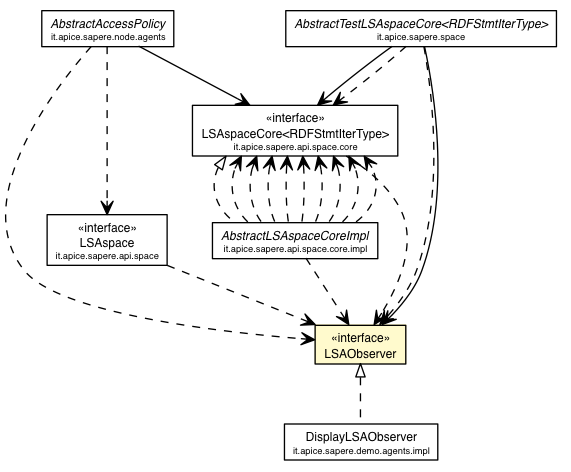
Earlier version of the Graphviz export deployed-site/apidocs/it/apice/sapere/api/space/observation/LSAObserver.png (DanySK/Legacy-Contessi-Thesis-Semantic-Web-SAPERE). Its source is kept beside it as deployed-site/apidocs/it/apice/sapere/api/space/observation/LSAObserver.dot. The source it was exported from:
```dot

digraph G {
	edge [fontname="Helvetica",fontsize=10,labelfontname="Helvetica",labelfontsize=10];
	node [fontname="Helvetica",fontsize=10,shape=plaintext];
	c42891 [label=<<table border="0" cellborder="1" cellspacing="0" cellpadding="2" port="p" href="../core/LSAspaceCore.html">
		<tr><td><table border="0" cellspacing="0" cellpadding="1">
			<tr><td> &laquo;interface&raquo; </td></tr>
			<tr><td> LSAspaceCore&lt;RDFStmtIterType&gt; </td></tr>
			<tr><td><font point-size="7.0"> it.apice.sapere.api.space.core </font></td></tr>
		</table></td></tr>
		</table>>, fontname="Helvetica", fontcolor="black", fontsize=9.0];
	c42899 [label=<<table border="0" cellborder="1" cellspacing="0" cellpadding="2" port="p" href="../LSAspace.html">
		<tr><td><table border="0" cellspacing="0" cellpadding="1">
			<tr><td> &laquo;interface&raquo; </td></tr>
			<tr><td> LSAspace </td></tr>
			<tr><td><font point-size="7.0"> it.apice.sapere.api.space </font></td></tr>
		</table></td></tr>
		</table>>, fontname="Helvetica", fontcolor="black", fontsize=9.0];
	c42909 [label=<<table border="0" cellborder="1" cellspacing="0" cellpadding="2" port="p" bgcolor="lemonChiffon" href="./LSAObserver.html">
		<tr><td><table border="0" cellspacing="0" cellpadding="1">
			<tr><td> &laquo;interface&raquo; </td></tr>
			<tr><td> LSAObserver </td></tr>
		</table></td></tr>
		</table>>, fontname="Helvetica", fontcolor="black", fontsize=9.0];
	c42911 [label=<<table border="0" cellborder="1" cellspacing="0" cellpadding="2" port="p" href="../../../space/AbstractTestLSAspaceCore.html">
		<tr><td><table border="0" cellspacing="0" cellpadding="1">
			<tr><td><font face="Helvetica-Oblique"> AbstractTestLSAspaceCore&lt;RDFStmtIterType&gt; </font></td></tr>
			<tr><td><font point-size="7.0"> it.apice.sapere.space </font></td></tr>
		</table></td></tr>
		</table>>, fontname="Helvetica", fontcolor="black", fontsize=9.0];
	c42975 [label=<<table border="0" cellborder="1" cellspacing="0" cellpadding="2" port="p" href="../core/impl/AbstractLSAspaceCoreImpl.html">
		<tr><td><table border="0" cellspacing="0" cellpadding="1">
			<tr><td><font face="Helvetica-Oblique"> AbstractLSAspaceCoreImpl </font></td></tr>
			<tr><td><font point-size="7.0"> it.apice.sapere.api.space.core.impl </font></td></tr>
		</table></td></tr>
		</table>>, fontname="Helvetica", fontcolor="black", fontsize=9.0];
	c42997 [label=<<table border="0" cellborder="1" cellspacing="0" cellpadding="2" port="p" href="../../../node/agents/AbstractAccessPolicy.html">
		<tr><td><table border="0" cellspacing="0" cellpadding="1">
			<tr><td><font face="Helvetica-Oblique"> AbstractAccessPolicy </font></td></tr>
			<tr><td><font point-size="7.0"> it.apice.sapere.node.agents </font></td></tr>
		</table></td></tr>
		</table>>, fontname="Helvetica", fontcolor="black", fontsize=9.0];
	c43025 [label=<<table border="0" cellborder="1" cellspacing="0" cellpadding="2" port="p" href="../../../demo/agents/impl/DisplayLSAObserver.html">
		<tr><td><table border="0" cellspacing="0" cellpadding="1">
			<tr><td> DisplayLSAObserver </td></tr>
			<tr><td><font point-size="7.0"> it.apice.sapere.demo.agents.impl </font></td></tr>
		</table></td></tr>
		</table>>, fontname="Helvetica", fontcolor="black", fontsize=9.0];
	c42891:p -> c42975:p [dir=back,arrowtail=empty,style=dashed];
	c42909:p -> c43025:p [dir=back,arrowtail=empty,style=dashed];
	c42911:p -> c42891:p [taillabel="", label="", headlabel="", fontname="Helvetica", fontcolor="black", fontsize=10.0, color="black", arrowhead=open];
	c42911:p -> c42909:p [taillabel="", label="", headlabel="", fontname="Helvetica", fontcolor="black", fontsize=10.0, color="black", arrowhead=open];
	c42997:p -> c42891:p [taillabel="", label="", headlabel="", fontname="Helvetica", fontcolor="black", fontsize=10.0, color="black", arrowhead=open];
	c42891:p -> c42909:p [taillabel="", label="", headlabel="", fontname="Helvetica", fontcolor="black", fontsize=10.0, color="black", arrowhead=open, style=dashed];
	c42899:p -> c42909:p [taillabel="", label="", headlabel="", fontname="Helvetica", fontcolor="black", fontsize=10.0, color="black", arrowhead=open, style=dashed];
	c42911:p -> c42909:p [taillabel="", label="", headlabel="", fontname="Helvetica", fontcolor="black", fontsize=10.0, color="black", arrowhead=open, style=dashed];
	c42911:p -> c42891:p [taillabel="", label="", headlabel="", fontname="Helvetica", fontcolor="black", fontsize=10.0, color="black", arrowhead=open, style=dashed];
	c42975:p -> c42891:p [taillabel="", label="", headlabel="", fontname="Helvetica", fontcolor="black", fontsize=10.0, color="black", arrowhead=open, style=dashed];
	c42975:p -> c42891:p [taillabel="", label="", headlabel="", fontname="Helvetica", fontcolor="black", fontsize=10.0, color="black", arrowhead=open, style=dashed];
	c42975:p -> c42891:p [taillabel="", label="", headlabel="", fontname="Helvetica", fontcolor="black", fontsize=10.0, color="black", arrowhead=open, style=dashed];
	c42975:p -> c42891:p [taillabel="", label="", headlabel="", fontname="Helvetica", fontcolor="black", fontsize=10.0, color="black", arrowhead=open, style=dashed];
	c42975:p -> c42891:p [taillabel="", label="", headlabel="", fontname="Helvetica", fontcolor="black", fontsize=10.0, color="black", arrowhead=open, style=dashed];
	c42975:p -> c42891:p [taillabel="", label="", headlabel="", fontname="Helvetica", fontcolor="black", fontsize=10.0, color="black", arrowhead=open, style=dashed];
	c42975:p -> c42909:p [taillabel="", label="", headlabel="", fontname="Helvetica", fontcolor="black", fontsize=10.0, color="black", arrowhead=open, style=dashed];
	c42975:p -> c42891:p [taillabel="", label="", headlabel="", fontname="Helvetica", fontcolor="black", fontsize=10.0, color="black", arrowhead=open, style=dashed];
	c42975:p -> c42891:p [taillabel="", label="", headlabel="", fontname="Helvetica", fontcolor="black", fontsize=10.0, color="black", arrowhead=open, style=dashed];
	c42975:p -> c42891:p [taillabel="", label="", headlabel="", fontname="Helvetica", fontcolor="black", fontsize=10.0, color="black", arrowhead=open, style=dashed];
	c42997:p -> c42899:p [taillabel="", label="", headlabel="", fontname="Helvetica", fontcolor="black", fontsize=10.0, color="black", arrowhead=open, style=dashed];
	c42997:p -> c42909:p [taillabel="", label="", headlabel="", fontname="Helvetica", fontcolor="black", fontsize=10.0, color="black", arrowhead=open, style=dashed];
}
```
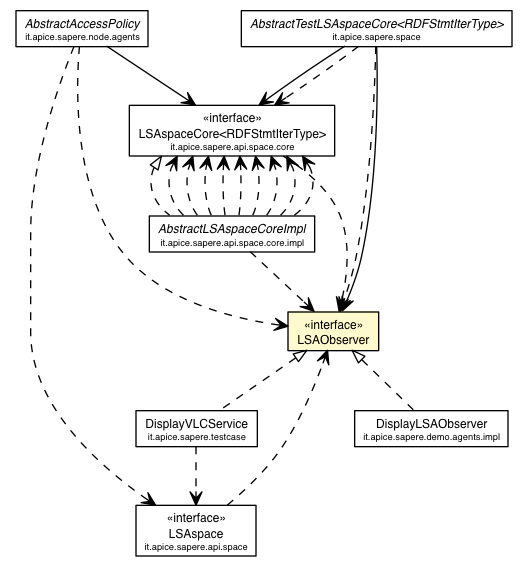
Above is the later version.

Diff of the diagram source:
```diff
@@ -2,69 +2,77 @@
 digraph G {
 	edge [fontname="Helvetica",fontsize=10,labelfontname="Helvetica",labelfontsize=10];
 	node [fontname="Helvetica",fontsize=10,shape=plaintext];
-	c42891 [label=<<table border="0" cellborder="1" cellspacing="0" cellpadding="2" port="p" href="../core/LSAspaceCore.html">
+	c48825 [label=<<table border="0" cellborder="1" cellspacing="0" cellpadding="2" port="p" href="../core/LSAspaceCore.html">
 		<tr><td><table border="0" cellspacing="0" cellpadding="1">
 			<tr><td> &laquo;interface&raquo; </td></tr>
 			<tr><td> LSAspaceCore&lt;RDFStmtIterType&gt; </td></tr>
 			<tr><td><font point-size="7.0"> it.apice.sapere.api.space.core </font></td></tr>
 		</table></td></tr>
 		</table>>, fontname="Helvetica", fontcolor="black", fontsize=9.0];
-	c42899 [label=<<table border="0" cellborder="1" cellspacing="0" cellpadding="2" port="p" href="../LSAspace.html">
+	c48833 [label=<<table border="0" cellborder="1" cellspacing="0" cellpadding="2" port="p" href="../LSAspace.html">
 		<tr><td><table border="0" cellspacing="0" cellpadding="1">
 			<tr><td> &laquo;interface&raquo; </td></tr>
 			<tr><td> LSAspace </td></tr>
 			<tr><td><font point-size="7.0"> it.apice.sapere.api.space </font></td></tr>
 		</table></td></tr>
 		</table>>, fontname="Helvetica", fontcolor="black", fontsize=9.0];
-	c42909 [label=<<table border="0" cellborder="1" cellspacing="0" cellpadding="2" port="p" bgcolor="lemonChiffon" href="./LSAObserver.html">
+	c48843 [label=<<table border="0" cellborder="1" cellspacing="0" cellpadding="2" port="p" bgcolor="lemonChiffon" href="./LSAObserver.html">
 		<tr><td><table border="0" cellspacing="0" cellpadding="1">
 			<tr><td> &laquo;interface&raquo; </td></tr>
 			<tr><td> LSAObserver </td></tr>
 		</table></td></tr>
 		</table>>, fontname="Helvetica", fontcolor="black", fontsize=9.0];
-	c42911 [label=<<table border="0" cellborder="1" cellspacing="0" cellpadding="2" port="p" href="../../../space/AbstractTestLSAspaceCore.html">
+	c48845 [label=<<table border="0" cellborder="1" cellspacing="0" cellpadding="2" port="p" href="../../../space/AbstractTestLSAspaceCore.html">
 		<tr><td><table border="0" cellspacing="0" cellpadding="1">
 			<tr><td><font face="Helvetica-Oblique"> AbstractTestLSAspaceCore&lt;RDFStmtIterType&gt; </font></td></tr>
 			<tr><td><font point-size="7.0"> it.apice.sapere.space </font></td></tr>
 		</table></td></tr>
 		</table>>, fontname="Helvetica", fontcolor="black", fontsize=9.0];
-	c42975 [label=<<table border="0" cellborder="1" cellspacing="0" cellpadding="2" port="p" href="../core/impl/AbstractLSAspaceCoreImpl.html">
+	c48909 [label=<<table border="0" cellborder="1" cellspacing="0" cellpadding="2" port="p" href="../core/impl/AbstractLSAspaceCoreImpl.html">
 		<tr><td><table border="0" cellspacing="0" cellpadding="1">
 			<tr><td><font face="Helvetica-Oblique"> AbstractLSAspaceCoreImpl </font></td></tr>
 			<tr><td><font point-size="7.0"> it.apice.sapere.api.space.core.impl </font></td></tr>
 		</table></td></tr>
 		</table>>, fontname="Helvetica", fontcolor="black", fontsize=9.0];
-	c42997 [label=<<table border="0" cellborder="1" cellspacing="0" cellpadding="2" port="p" href="../../../node/agents/AbstractAccessPolicy.html">
+	c48931 [label=<<table border="0" cellborder="1" cellspacing="0" cellpadding="2" port="p" href="../../../node/agents/AbstractAccessPolicy.html">
 		<tr><td><table border="0" cellspacing="0" cellpadding="1">
 			<tr><td><font face="Helvetica-Oblique"> AbstractAccessPolicy </font></td></tr>
 			<tr><td><font point-size="7.0"> it.apice.sapere.node.agents </font></td></tr>
 		</table></td></tr>
 		</table>>, fontname="Helvetica", fontcolor="black", fontsize=9.0];
-	c43025 [label=<<table border="0" cellborder="1" cellspacing="0" cellpadding="2" port="p" href="../../../demo/agents/impl/DisplayLSAObserver.html">
+	c48961 [label=<<table border="0" cellborder="1" cellspacing="0" cellpadding="2" port="p" href="../../../testcase/DisplayVLCService.html">
+		<tr><td><table border="0" cellspacing="0" cellpadding="1">
+			<tr><td> DisplayVLCService </td></tr>
+			<tr><td><font point-size="7.0"> it.apice.sapere.testcase </font></td></tr>
+		</table></td></tr>
+		</table>>, fontname="Helvetica", fontcolor="black", fontsize=9.0];
+	c48966 [label=<<table border="0" cellborder="1" cellspacing="0" cellpadding="2" port="p" href="../../../demo/agents/impl/DisplayLSAObserver.html">
 		<tr><td><table border="0" cellspacing="0" cellpadding="1">
 			<tr><td> DisplayLSAObserver </td></tr>
 			<tr><td><font point-size="7.0"> it.apice.sapere.demo.agents.impl </font></td></tr>
 		</table></td></tr>
 		</table>>, fontname="Helvetica", fontcolor="black", fontsize=9.0];
-	c42891:p -> c42975:p [dir=back,arrowtail=empty,style=dashed];
-	c42909:p -> c43025:p [dir=back,arrowtail=empty,style=dashed];
-	c42911:p -> c42891:p [taillabel="", label="", headlabel="", fontname="Helvetica", fontcolor="black", fontsize=10.0, color="black", arrowhead=open];
-	c42911:p -> c42909:p [taillabel="", label="", headlabel="", fontname="Helvetica", fontcolor="black", fontsize=10.0, color="black", arrowhead=open];
-	c42997:p -> c42891:p [taillabel="", label="", headlabel="", fontname="Helvetica", fontcolor="black", fontsize=10.0, color="black", arrowhead=open];
-	c42891:p -> c42909:p [taillabel="", label="", headlabel="", fontname="Helvetica", fontcolor="black", fontsize=10.0, color="black", arrowhead=open, style=dashed];
-	c42899:p -> c42909:p [taillabel="", label="", headlabel="", fontname="Helvetica", fontcolor="black", fontsize=10.0, color="black", arrowhead=open, style=dashed];
-	c42911:p -> c42909:p [taillabel="", label="", headlabel="", fontname="Helvetica", fontcolor="black", fontsize=10.0, color="black", arrowhead=open, style=dashed];
-	c42911:p -> c42891:p [taillabel="", label="", headlabel="", fontname="Helvetica", fontcolor="black", fontsize=10.0, color="black", arrowhead=open, style=dashed];
-	c42975:p -> c42891:p [taillabel="", label="", headlabel="", fontname="Helvetica", fontcolor="black", fontsize=10.0, color="black", arrowhead=open, style=dashed];
-	c42975:p -> c42891:p [taillabel="", label="", headlabel="", fontname="Helvetica", fontcolor="black", fontsize=10.0, color="black", arrowhead=open, style=dashed];
-	c42975:p -> c42891:p [taillabel="", label="", headlabel="", fontname="Helvetica", fontcolor="black", fontsize=10.0, color="black", arrowhead=open, style=dashed];
-	c42975:p -> c42891:p [taillabel="", label="", headlabel="", fontname="Helvetica", fontcolor="black", fontsize=10.0, color="black", arrowhead=open, style=dashed];
-	c42975:p -> c42891:p [taillabel="", label="", headlabel="", fontname="Helvetica", fontcolor="black", fontsize=10.0, color="black", arrowhead=open, style=dashed];
-	c42975:p -> c42891:p [taillabel="", label="", headlabel="", fontname="Helvetica", fontcolor="black", fontsize=10.0, color="black", arrowhead=open, style=dashed];
-	c42975:p -> c42909:p [taillabel="", label="", headlabel="", fontname="Helvetica", fontcolor="black", fontsize=10.0, color="black", arrowhead=open, style=dashed];
-	c42975:p -> c42891:p [taillabel="", label="", headlabel="", fontname="Helvetica", fontcolor="black", fontsize=10.0, color="black", arrowhead=open, style=dashed];
-	c42975:p -> c42891:p [taillabel="", label="", headlabel="", fontname="Helvetica", fontcolor="black", fontsize=10.0, color="black", arrowhead=open, style=dashed];
-	c42975:p -> c42891:p [taillabel="", label="", headlabel="", fontname="Helvetica", fontcolor="black", fontsize=10.0, color="black", arrowhead=open, style=dashed];
-	c42997:p -> c42899:p [taillabel="", label="", headlabel="", fontname="Helvetica", fontcolor="black", fontsize=10.0, color="black", arrowhead=open, style=dashed];
-	c42997:p -> c42909:p [taillabel="", label="", headlabel="", fontname="Helvetica", fontcolor="black", fontsize=10.0, color="black", arrowhead=open, style=dashed];
+	c48825:p -> c48909:p [dir=back,arrowtail=empty,style=dashed];
+	c48843:p -> c48961:p [dir=back,arrowtail=empty,style=dashed];
+	c48843:p -> c48966:p [dir=back,arrowtail=empty,style=dashed];
+	c48845:p -> c48825:p [taillabel="", label="", headlabel="", fontname="Helvetica", fontcolor="black", fontsize=10.0, color="black", arrowhead=open];
+	c48845:p -> c48843:p [taillabel="", label="", headlabel="", fontname="Helvetica", fontcolor="black", fontsize=10.0, color="black", arrowhead=open];
+	c48931:p -> c48825:p [taillabel="", label="", headlabel="", fontname="Helvetica", fontcolor="black", fontsize=10.0, color="black", arrowhead=open];
+	c48825:p -> c48843:p [taillabel="", label="", headlabel="", fontname="Helvetica", fontcolor="black", fontsize=10.0, color="black", arrowhead=open, style=dashed];
+	c48833:p -> c48843:p [taillabel="", label="", headlabel="", fontname="Helvetica", fontcolor="black", fontsize=10.0, color="black", arrowhead=open, style=dashed];
+	c48845:p -> c48843:p [taillabel="", label="", headlabel="", fontname="Helvetica", fontcolor="black", fontsize=10.0, color="black", arrowhead=open, style=dashed];
+	c48845:p -> c48825:p [taillabel="", label="", headlabel="", fontname="Helvetica", fontcolor="black", fontsize=10.0, color="black", arrowhead=open, style=dashed];
+	c48909:p -> c48825:p [taillabel="", label="", headlabel="", fontname="Helvetica", fontcolor="black", fontsize=10.0, color="black", arrowhead=open, style=dashed];
+	c48909:p -> c48825:p [taillabel="", label="", headlabel="", fontname="Helvetica", fontcolor="black", fontsize=10.0, color="black", arrowhead=open, style=dashed];
+	c48909:p -> c48825:p [taillabel="", label="", headlabel="", fontname="Helvetica", fontcolor="black", fontsize=10.0, color="black", arrowhead=open, style=dashed];
+	c48909:p -> c48825:p [taillabel="", label="", headlabel="", fontname="Helvetica", fontcolor="black", fontsize=10.0, color="black", arrowhead=open, style=dashed];
+	c48909:p -> c48843:p [taillabel="", label="", headlabel="", fontname="Helvetica", fontcolor="black", fontsize=10.0, color="black", arrowhead=open, style=dashed];
+	c48909:p -> c48825:p [taillabel="", label="", headlabel="", fontname="Helvetica", fontcolor="black", fontsize=10.0, color="black", arrowhead=open, style=dashed];
+	c48909:p -> c48825:p [taillabel="", label="", headlabel="", fontname="Helvetica", fontcolor="black", fontsize=10.0, color="black", arrowhead=open, style=dashed];
+	c48909:p -> c48825:p [taillabel="", label="", headlabel="", fontname="Helvetica", fontcolor="black", fontsize=10.0, color="black", arrowhead=open, style=dashed];
+	c48909:p -> c48825:p [taillabel="", label="", headlabel="", fontname="Helvetica", fontcolor="black", fontsize=10.0, color="black", arrowhead=open, style=dashed];
+	c48909:p -> c48825:p [taillabel="", label="", headlabel="", fontname="Helvetica", fontcolor="black", fontsize=10.0, color="black", arrowhead=open, style=dashed];
+	c48931:p -> c48843:p [taillabel="", label="", headlabel="", fontname="Helvetica", fontcolor="black", fontsize=10.0, color="black", arrowhead=open, style=dashed];
+	c48931:p -> c48833:p [taillabel="", label="", headlabel="", fontname="Helvetica", fontcolor="black", fontsize=10.0, color="black", arrowhead=open, style=dashed];
+	c48961:p -> c48833:p [taillabel="", label="", headlabel="", fontname="Helvetica", fontcolor="black", fontsize=10.0, color="black", arrowhead=open, style=dashed];
 }
```
